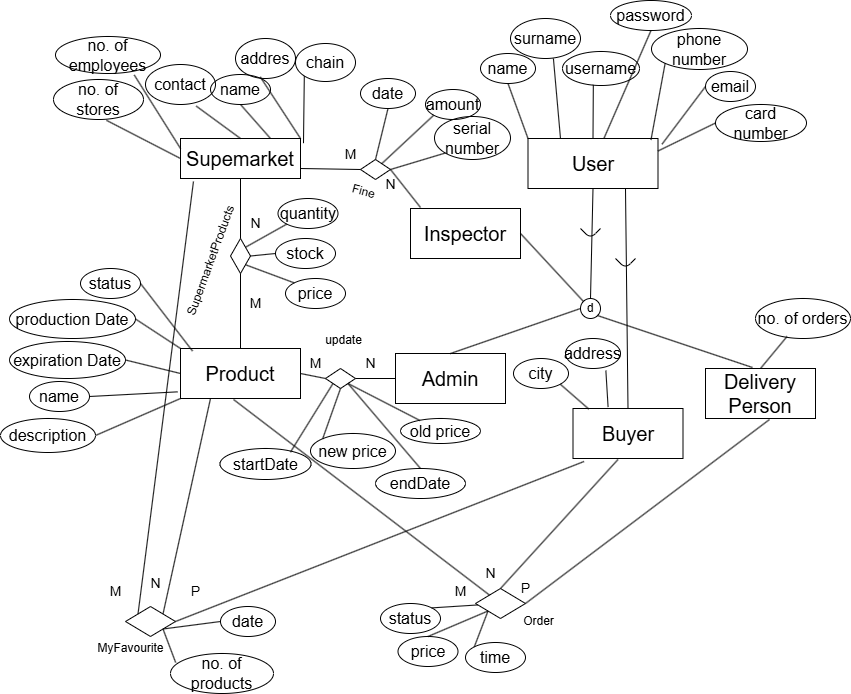
Above: Seminarska/EER_Diagram.drawio.png in BorjanCFC/ADIS (draw.io), before the change. Source tidied: cells renumbered, new cells last; positions are measured from the earlier drawing's top-left corner, leaving out a move shared by most shapes.
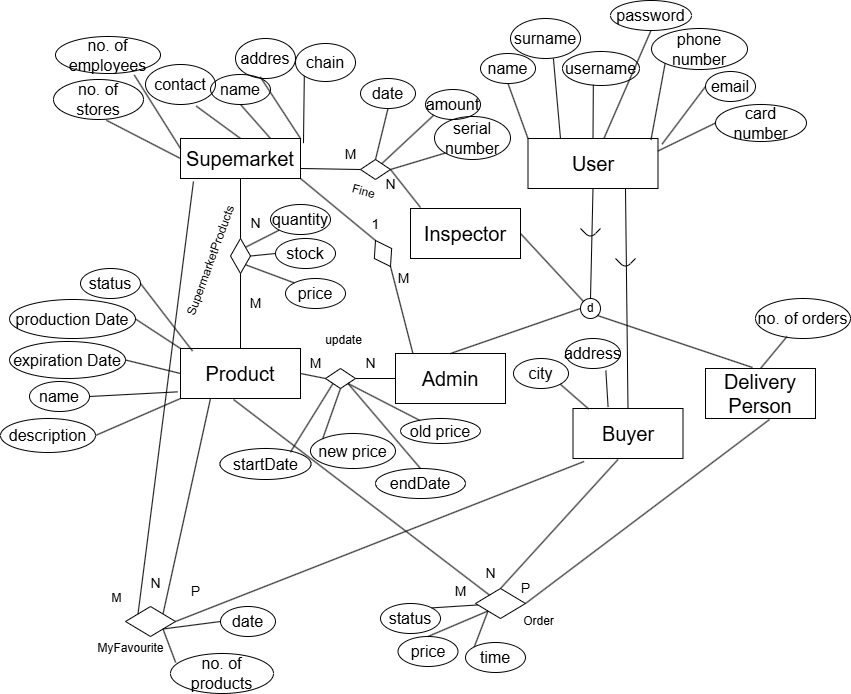
The same file after the commit.

Change to the diagram source:
```diff
@@ -197,8 +197,8 @@
     <mxCell id="66" style="endArrow=none;html=1;rounded=0;entryX=0.05;entryY=0.225;entryDx=0;entryDy=0;exitX=1;exitY=1;exitDx=0;exitDy=0;entryPerimeter=0;labelBackgroundColor=none;fontColor=default;" parent="1" edge="1" source="58" target="65">
       <mxGeometry relative="1" as="geometry" />
     </mxCell>
-    <mxCell id="67" value="&lt;font style=&quot;font-size: 14px;&quot;&gt;M&lt;/font&gt;" style="text;html=1;align=center;verticalAlign=middle;strokeColor=none;fillColor=none;labelBackgroundColor=none;" parent="1" vertex="1">
-      <mxGeometry x="95" y="576" width="40" height="30" as="geometry" />
+    <mxCell id="67" value="M" style="text;html=1;align=center;verticalAlign=middle;strokeColor=none;fillColor=none;labelBackgroundColor=none;" parent="1" vertex="1">
+      <mxGeometry x="102" y="585" width="28" height="26" as="geometry" />
     </mxCell>
     <mxCell id="68" value="&lt;span style=&quot;font-size: 14px;&quot;&gt;N&lt;/span&gt;" style="text;html=1;align=center;verticalAlign=middle;strokeColor=none;fillColor=none;labelBackgroundColor=none;" parent="1" vertex="1">
       <mxGeometry x="140" y="568" width="30" height="30" as="geometry" />
@@ -225,7 +225,7 @@
       <mxGeometry x="285" y="278" width="60" height="30" as="geometry" />
     </mxCell>
     <mxCell id="76" value="&lt;font style=&quot;font-size: 16px;&quot;&gt;quantity&lt;/font&gt;" style="ellipse;whiteSpace=wrap;html=1;fillColor=none;labelBackgroundColor=none;" parent="1" vertex="1">
-      <mxGeometry x="277.5" y="198" width="60" height="30" as="geometry" />
+      <mxGeometry x="270" y="204" width="60" height="30" as="geometry" />
     </mxCell>
     <mxCell id="77" style="endArrow=none;html=1;rounded=0;entryX=0;entryY=1;entryDx=0;entryDy=0;exitX=0;exitY=0;exitDx=0;exitDy=0;labelBackgroundColor=none;fontColor=default;" parent="1" edge="1" source="17" target="76">
       <mxGeometry relative="1" as="geometry" />
@@ -380,5 +380,20 @@
     <mxCell id="123" value="Order" style="text;html=1;align=center;verticalAlign=middle;strokeColor=none;fillColor=none;" parent="1" vertex="1">
       <mxGeometry x="513.5" y="608" width="49" height="26" as="geometry" />
     </mxCell>
+    <mxCell id="124" style="rhombus;whiteSpace=wrap;html=1;fillColor=none;rotation=60;labelBackgroundColor=none;" parent="1" vertex="1">
+      <mxGeometry x="367.5" y="243" width="30" height="20" as="geometry" />
+    </mxCell>
+    <mxCell id="125" style="endArrow=none;html=1;rounded=0;entryX=1;entryY=1;entryDx=0;entryDy=0;exitX=0;exitY=0.5;exitDx=0;exitDy=0;labelBackgroundColor=none;fontColor=default;" parent="1" edge="1" source="124" target="2">
+      <mxGeometry relative="1" as="geometry" />
+    </mxCell>
+    <mxCell id="126" style="endArrow=none;html=1;rounded=0;entryX=1;entryY=0.5;entryDx=0;entryDy=0;exitX=0.157;exitY=-0.011;exitDx=0;exitDy=0;labelBackgroundColor=none;fontColor=default;exitPerimeter=0;" parent="1" edge="1" source="36" target="124">
+      <mxGeometry relative="1" as="geometry" />
+    </mxCell>
+    <mxCell id="127" value="&lt;font style=&quot;font-size: 14px;&quot;&gt;1&lt;/font&gt;" style="text;html=1;align=center;verticalAlign=middle;strokeColor=none;fillColor=none;labelBackgroundColor=none;" parent="1" vertex="1">
+      <mxGeometry x="362" y="209" width="26" height="29" as="geometry" />
+    </mxCell>
+    <mxCell id="128" value="&lt;font style=&quot;font-size: 14px;&quot;&gt;M&lt;/font&gt;" style="text;html=1;align=center;verticalAlign=middle;strokeColor=none;fillColor=none;labelBackgroundColor=none;" parent="1" vertex="1">
+      <mxGeometry x="383" y="263" width="40" height="30" as="geometry" />
+    </mxCell>
   </root>
 </mxGraphModel>
```
